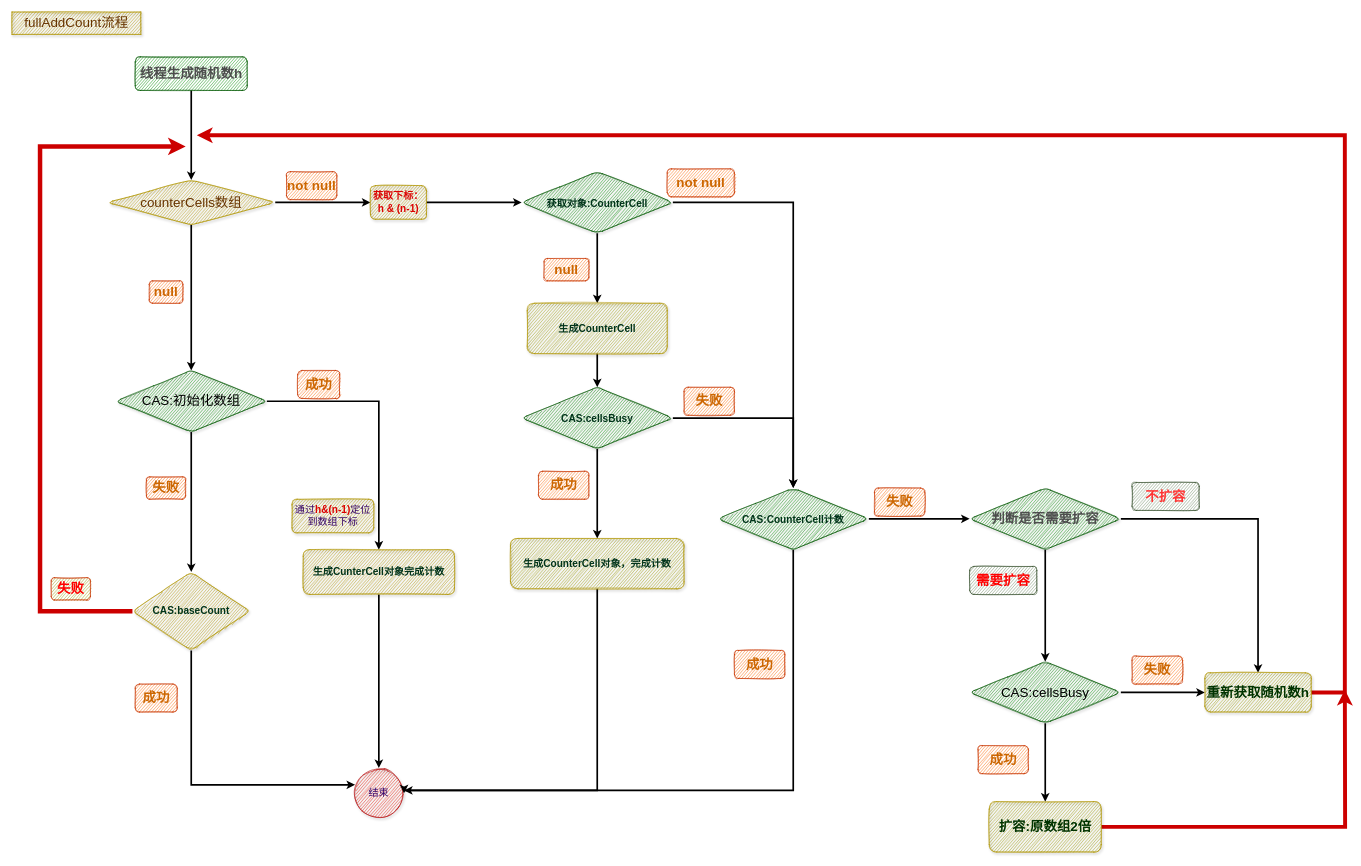
mydlxy/draw keeps this draw.io diagram as page "fullAddCount" (12 of 12) of thread/concurrentHashMap-addCount.drawio. Above is the earlier version. Source tidied: cells renumbered, new cells numbered last; positions are measured from the earlier drawing's top-left corner, leaving out a move shared by most shapes. Both pictures are drawn from the tidied source at 56%, with x=0, y=0 at pixel (12, 12).
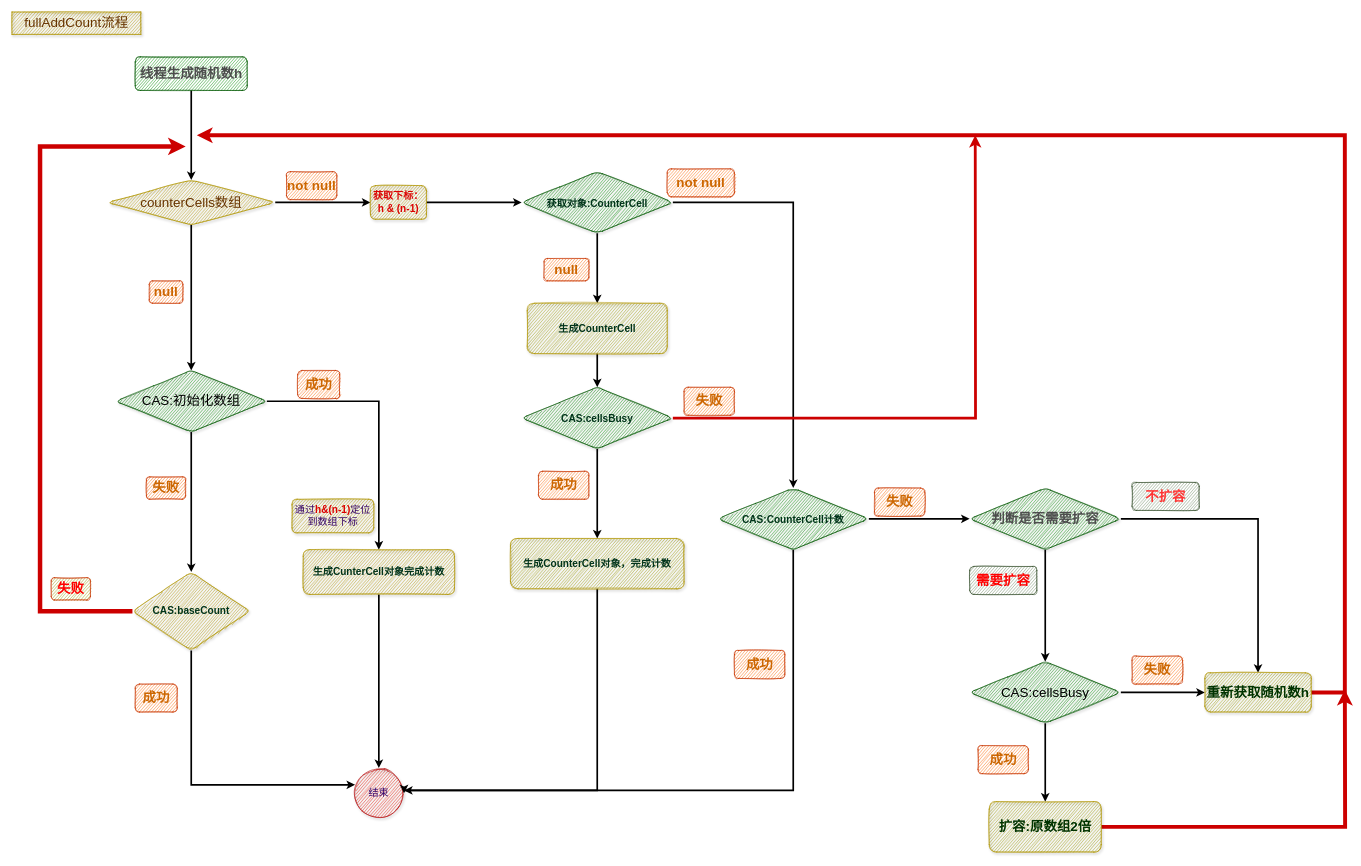
After the change.

The change refers to these unchanged cells:
```xml
<mxCell id="37" value="&lt;span style=&quot;font-size: 18px;&quot;&gt;&lt;font color=&quot;#00331a&quot;&gt;&lt;b&gt;CAS:cellsBusy&lt;/b&gt;&lt;/font&gt;&lt;/span&gt;" style="rhombus;whiteSpace=wrap;html=1;rounded=1;shadow=1;sketch=1;fontSize=24;fontColor=#ffffff;fillColor=#008a00;strokeColor=#005700;" parent="1" vertex="1">
  <mxGeometry x="910" y="670" width="270" height="110" as="geometry" />
</mxCell>
<mxCell id="41" value="&lt;span style=&quot;font-size: 18px;&quot;&gt;&lt;font color=&quot;#00331a&quot;&gt;&lt;b&gt;CAS:CounterCell计数&lt;/b&gt;&lt;/font&gt;&lt;/span&gt;" style="rhombus;whiteSpace=wrap;html=1;rounded=1;shadow=1;sketch=1;fontSize=24;fontColor=#ffffff;fillColor=#008a00;strokeColor=#005700;" parent="1" vertex="1">
  <mxGeometry x="1260" y="850" width="270" height="110" as="geometry" />
</mxCell>
```

Diff of the diagram source:
```diff
@@
-    <mxCell id="36" style="edgeStyle=orthogonalEdgeStyle;rounded=0;jettySize=auto;html=1;fontSize=18;fontColor=#00331A;strokeColor=#000000;strokeWidth=3;entryX=0.5;entryY=0;entryDx=0;entryDy=0;" parent="1" edge="1" source="37" target="41">
-      <mxGeometry relative="1" as="geometry" />
+    <mxCell id="36" style="edgeStyle=orthogonalEdgeStyle;rounded=0;jettySize=auto;html=1;fontSize=18;fontColor=#00331A;strokeColor=#CC0000;strokeWidth=5;" parent="1" edge="1" source="37">
+      <mxGeometry relative="1" as="geometry">
+        <mxPoint x="1720" y="220" as="targetPoint" />
+      </mxGeometry>
     </mxCell>
```
